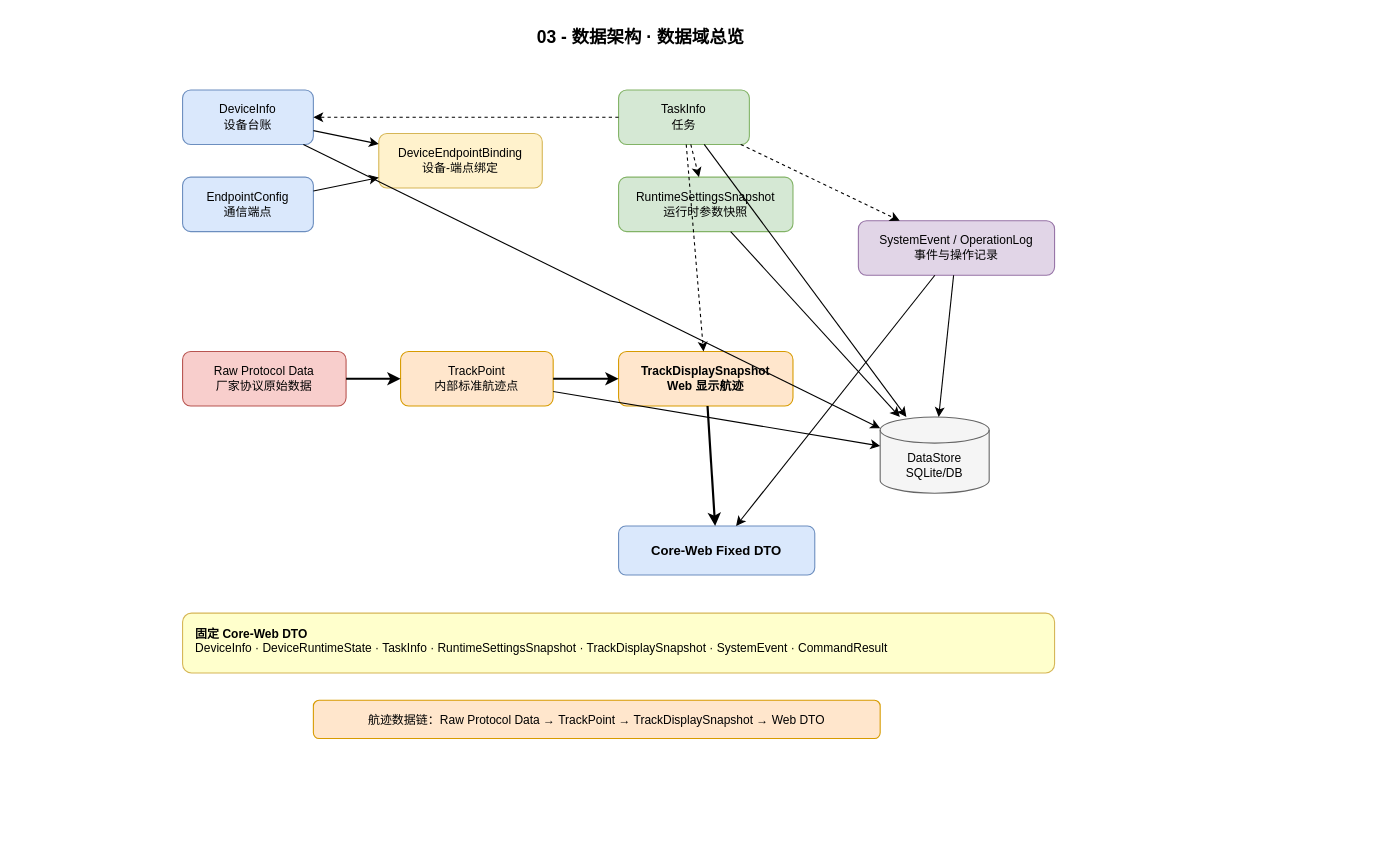
Above: doc/architecture/03-数据架构.drawio in YoungL524/newAnti_arch (draw.io), before the change. Source tidied: cells renumbered, new cells numbered last; positions are measured from the earlier drawing's top-left corner, leaving out a move shared by most shapes. Both pictures are drawn from the tidied source at 109%, with x=0, y=0 at pixel (182, 19).
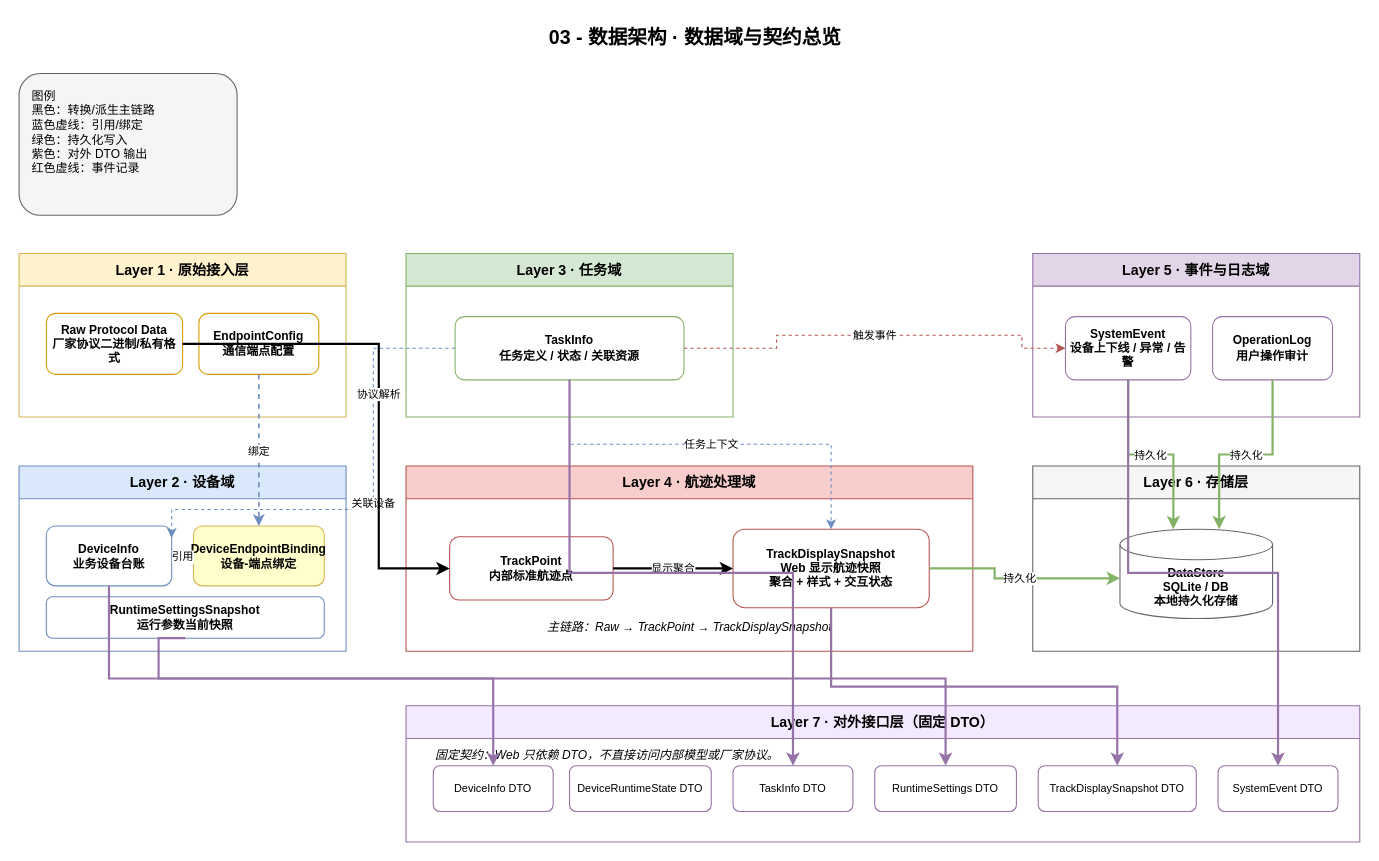
After the change.

The edit, as a diff of the source:
```diff
@@
-    <mxCell id="2" value="03 - 数据架构 · 数据域总览" style="text;html=1;strokeColor=none;fillColor=none;align=center;fontStyle=1;fontSize=16;" parent="1" vertex="1">
-      <mxGeometry x="240" width="360" height="30" as="geometry" />
+    <mxCell id="2" value="03 - 数据架构 · 数据域与契约总览" style="text;html=1;strokeColor=none;fillColor=none;align=center;fontStyle=1;fontSize=18;" parent="1" vertex="1">
+      <mxGeometry x="240" width="460" height="34" as="geometry" />
     </mxCell>
+    <mxCell id="31" value="图例&#10;黑色：转换/派生主链路&#10;蓝色虚线：引用/绑定&#10;绿色：持久化写入&#10;紫色：对外 DTO 输出&#10;红色虚线：事件记录" style="rounded=1;whiteSpace=wrap;html=1;fillColor=#f5f5f5;strokeColor=#666666;fontSize=11;align=left;spacingLeft=10;verticalAlign=top;spacingTop=8;" parent="1" vertex="1">
+      <mxGeometry x="-150" y="50" width="200" height="130" as="geometry" />
+    </mxCell>
+    <mxCell id="32" value="Layer 1 · 原始接入层" style="swimlane;startSize=30;rounded=0;whiteSpace=wrap;html=1;fillColor=#fff2cc;strokeColor=#d6b656;fontStyle=1;fontSize=13;" parent="1" vertex="1">
+      <mxGeometry x="-150" y="215" width="300" height="150" as="geometry" />
+    </mxCell>
+    <mxCell id="33" value="Raw Protocol Data&#10;厂家协议二进制/私有格式" style="rounded=1;whiteSpace=wrap;html=1;fillColor=#ffffff;strokeColor=#d79b00;fontSize=11;fontStyle=1;" parent="32" vertex="1">
+      <mxGeometry x="25" y="55" width="125" height="56" as="geometry" />
+    </mxCell>
+    <mxCell id="4" value="EndpointConfig&#10;通信端点配置" style="rounded=1;whiteSpace=wrap;html=1;fillColor=#ffffff;strokeColor=#d79b00;fontSize=11;fontStyle=1;" parent="32" vertex="1">
+      <mxGeometry x="165" y="55" width="110" height="56" as="geometry" />
+    </mxCell>
+    <mxCell id="34" value="Layer 2 · 设备域" style="swimlane;startSize=30;rounded=0;whiteSpace=wrap;html=1;fillColor=#dae8fc;strokeColor=#6c8ebf;fontStyle=1;fontSize=13;" parent="1" vertex="1">
+      <mxGeometry x="-150" y="410" width="300" height="170" as="geometry" />
+    </mxCell>
-    <mxCell id="3" value="DeviceInfo&#10;设备台账" style="rounded=1;whiteSpace=wrap;html=1;fillColor=#dae8fc;strokeColor=#6c8ebf;fontSize=11;" parent="1" vertex="1">
-      <mxGeometry y="65" width="120" height="50" as="geometry" />
+    <mxCell id="3" value="DeviceInfo&#10;业务设备台账" style="rounded=1;whiteSpace=wrap;html=1;fillColor=#ffffff;strokeColor=#6c8ebf;fontSize=11;fontStyle=1;" parent="34" vertex="1">
+      <mxGeometry x="25" y="55" width="115" height="55" as="geometry" />
     </mxCell>
-    <mxCell id="4" value="EndpointConfig&#10;通信端点" style="rounded=1;whiteSpace=wrap;html=1;fillColor=#dae8fc;strokeColor=#6c8ebf;fontSize=11;" parent="1" vertex="1">
-      <mxGeometry y="145" width="120" height="50" as="geometry" />
-    </mxCell>
-    <mxCell id="5" value="DeviceEndpointBinding&#10;设备-端点绑定" style="rounded=1;whiteSpace=wrap;html=1;fillColor=#fff2cc;strokeColor=#d6b656;fontSize=11;" parent="1" vertex="1">
-      <mxGeometry x="180" y="105" width="150" height="50" as="geometry" />
+    <mxCell id="5" value="DeviceEndpointBinding&#10;设备-端点绑定" style="rounded=1;whiteSpace=wrap;html=1;fillColor=#ffffcc;strokeColor=#d6b656;fontSize=11;fontStyle=1;" parent="34" vertex="1">
+      <mxGeometry x="160" y="55" width="120" height="55" as="geometry" />
     </mxCell>
+    <mxCell id="7" value="RuntimeSettingsSnapshot&#10;运行参数当前快照" style="rounded=1;whiteSpace=wrap;html=1;fillColor=#ffffff;strokeColor=#6c8ebf;fontSize=11;fontStyle=1;" parent="34" vertex="1">
+      <mxGeometry x="25" y="120" width="255" height="38" as="geometry" />
+    </mxCell>
+    <mxCell id="35" value="Layer 3 · 任务域" style="swimlane;startSize=30;rounded=0;whiteSpace=wrap;html=1;fillColor=#d5e8d4;strokeColor=#82b366;fontStyle=1;fontSize=13;" parent="1" vertex="1">
+      <mxGeometry x="205" y="215" width="300" height="150" as="geometry" />
+    </mxCell>
-    <mxCell id="6" value="TaskInfo&#10;任务" style="rounded=1;whiteSpace=wrap;html=1;fillColor=#d5e8d4;strokeColor=#82b366;fontSize=11;" parent="1" vertex="1">
-      <mxGeometry x="400" y="65" width="120" height="50" as="geometry" />
+    <mxCell id="6" value="TaskInfo&#10;任务定义 / 状态 / 关联资源" style="rounded=1;whiteSpace=wrap;html=1;fillColor=#ffffff;strokeColor=#82b366;fontSize=11;fontStyle=1;" parent="35" vertex="1">
+      <mxGeometry x="45" y="58" width="210" height="58" as="geometry" />
     </mxCell>
-    <mxCell id="7" value="RuntimeSettingsSnapshot&#10;运行时参数快照" style="rounded=1;whiteSpace=wrap;html=1;fillColor=#d5e8d4;strokeColor=#82b366;fontSize=11;" parent="1" vertex="1">
-      <mxGeometry x="400" y="145" width="160" height="50" as="geometry" />
-    </mxCell>
-    <mxCell id="8" value="Raw Protocol Data&#10;厂家协议原始数据" style="rounded=1;whiteSpace=wrap;html=1;fillColor=#f8cecc;strokeColor=#b85450;fontSize=11;" parent="1" vertex="1">
-      <mxGeometry y="305" width="150" height="50" as="geometry" />
-    </mxCell>
+    <mxCell id="36" value="Layer 4 · 航迹处理域" style="swimlane;startSize=30;rounded=0;whiteSpace=wrap;html=1;fillColor=#f8cecc;strokeColor=#b85450;fontStyle=1;fontSize=13;" parent="1" vertex="1">
+      <mxGeometry x="205" y="410" width="520" height="170" as="geometry" />
+    </mxCell>
-    <mxCell id="9" value="TrackPoint&#10;内部标准航迹点" style="rounded=1;whiteSpace=wrap;html=1;fillColor=#ffe6cc;strokeColor=#d79b00;fontSize=11;" parent="1" vertex="1">
-      <mxGeometry x="200" y="305" width="140" height="50" as="geometry" />
+    <mxCell id="9" value="TrackPoint&#10;内部标准航迹点" style="rounded=1;whiteSpace=wrap;html=1;fillColor=#ffffff;strokeColor=#b85450;fontSize=11;fontStyle=1;" parent="36" vertex="1">
+      <mxGeometry x="40" y="65" width="150" height="58" as="geometry" />
     </mxCell>
-    <mxCell id="10" value="TrackDisplaySnapshot&#10;Web 显示航迹" style="rounded=1;whiteSpace=wrap;html=1;fillColor=#ffe6cc;strokeColor=#d79b00;fontStyle=1;fontSize=11;" parent="1" vertex="1">
-      <mxGeometry x="400" y="305" width="160" height="50" as="geometry" />
-    </mxCell>
-    <mxCell id="11" value="SystemEvent / OperationLog&#10;事件与操作记录" style="rounded=1;whiteSpace=wrap;html=1;fillColor=#e1d5e7;strokeColor=#9673a6;fontSize=11;" parent="1" vertex="1">
-      <mxGeometry x="620" y="185" width="180" height="50" as="geometry" />
-    </mxCell>
+    <mxCell id="37" value="TrackDisplaySnapshot&#10;Web 显示航迹快照&#10;聚合 + 样式 + 交互状态" style="rounded=1;whiteSpace=wrap;html=1;fillColor=#ffffff;strokeColor=#b85450;fontSize=11;fontStyle=1;" parent="36" vertex="1">
+      <mxGeometry x="300" y="58" width="180" height="72" as="geometry" />
+    </mxCell>
+    <mxCell id="38" value="主链路：Raw → TrackPoint → TrackDisplaySnapshot" style="text;html=1;strokeColor=none;fillColor=none;fontSize=11;fontStyle=2;align=center;" parent="36" vertex="1">
+      <mxGeometry x="90" y="135" width="340" height="24" as="geometry" />
+    </mxCell>
+    <mxCell id="39" value="Layer 5 · 事件与日志域" style="swimlane;startSize=30;rounded=0;whiteSpace=wrap;html=1;fillColor=#e1d5e7;strokeColor=#9673a6;fontStyle=1;fontSize=13;" parent="1" vertex="1">
+      <mxGeometry x="780" y="215" width="300" height="150" as="geometry" />
+    </mxCell>
+    <mxCell id="40" value="SystemEvent&#10;设备上下线 / 异常 / 告警" style="rounded=1;whiteSpace=wrap;html=1;fillColor=#ffffff;strokeColor=#9673a6;fontSize=11;fontStyle=1;" parent="39" vertex="1">
+      <mxGeometry x="30" y="58" width="115" height="58" as="geometry" />
+    </mxCell>
+    <mxCell id="41" value="OperationLog&#10;用户操作审计" style="rounded=1;whiteSpace=wrap;html=1;fillColor=#ffffff;strokeColor=#9673a6;fontSize=11;fontStyle=1;" parent="39" vertex="1">
+      <mxGeometry x="165" y="58" width="110" height="58" as="geometry" />
+    </mxCell>
+    <mxCell id="42" value="Layer 6 · 存储层" style="swimlane;startSize=30;rounded=0;whiteSpace=wrap;html=1;fillColor=#f5f5f5;strokeColor=#666666;fontStyle=1;fontSize=13;" parent="1" vertex="1">
+      <mxGeometry x="780" y="410" width="300" height="170" as="geometry" />
+    </mxCell>
-    <mxCell id="12" value="DataStore&#10;SQLite/DB" style="shape=cylinder3;whiteSpace=wrap;html=1;boundedLbl=1;backgroundOutline=1;size=12;fillColor=#f5f5f5;strokeColor=#666666;fontSize=11;" parent="1" vertex="1">
-      <mxGeometry x="640" y="365" width="100" height="70" as="geometry" />
+    <mxCell id="12" value="DataStore&#10;SQLite / DB&#10;本地持久化存储" style="shape=cylinder3;whiteSpace=wrap;html=1;boundedLbl=1;backgroundOutline=1;size=14;fillColor=#ffffff;strokeColor=#666666;fontSize=11;fontStyle=1;" parent="42" vertex="1">
+      <mxGeometry x="80" y="58" width="140" height="82" as="geometry" />
     </mxCell>
-    <mxCell id="13" value="Core-Web Fixed DTO" style="rounded=1;whiteSpace=wrap;html=1;fillColor=#dae8fc;strokeColor=#6c8ebf;fontStyle=1;fontSize=12;" parent="1" vertex="1">
-      <mxGeometry x="400" y="465" width="180" height="45" as="geometry" />
-    </mxCell>
+    <mxCell id="43" value="Layer 7 · 对外接口层（固定 DTO）" style="swimlane;startSize=30;rounded=0;whiteSpace=wrap;html=1;fillColor=#f4eaff;strokeColor=#9673a6;fontStyle=1;fontSize=13;" parent="1" vertex="1">
+      <mxGeometry x="205" y="630" width="875" height="125" as="geometry" />
+    </mxCell>
+    <mxCell id="44" value="DeviceInfo DTO" style="rounded=1;whiteSpace=wrap;html=1;fillColor=#ffffff;strokeColor=#9673a6;fontSize=10;" parent="43" vertex="1">
+      <mxGeometry x="25" y="55" width="110" height="42" as="geometry" />
+    </mxCell>
+    <mxCell id="45" value="DeviceRuntimeState DTO" style="rounded=1;whiteSpace=wrap;html=1;fillColor=#ffffff;strokeColor=#9673a6;fontSize=10;" parent="43" vertex="1">
+      <mxGeometry x="150" y="55" width="130" height="42" as="geometry" />
+    </mxCell>
+    <mxCell id="46" value="TaskInfo DTO" style="rounded=1;whiteSpace=wrap;html=1;fillColor=#ffffff;strokeColor=#9673a6;fontSize=10;" parent="43" vertex="1">
+      <mxGeometry x="300" y="55" width="110" height="42" as="geometry" />
+    </mxCell>
+    <mxCell id="47" value="RuntimeSettings DTO" style="rounded=1;whiteSpace=wrap;html=1;fillColor=#ffffff;strokeColor=#9673a6;fontSize=10;" parent="43" vertex="1">
+      <mxGeometry x="430" y="55" width="130" height="42" as="geometry" />
+    </mxCell>
+    <mxCell id="48" value="TrackDisplaySnapshot DTO" style="rounded=1;whiteSpace=wrap;html=1;fillColor=#ffffff;strokeColor=#9673a6;fontSize=10;" parent="43" vertex="1">
+      <mxGeometry x="580" y="55" width="145" height="42" as="geometry" />
+    </mxCell>
+    <mxCell id="49" value="SystemEvent DTO" style="rounded=1;whiteSpace=wrap;html=1;fillColor=#ffffff;strokeColor=#9673a6;fontSize=10;" parent="43" vertex="1">
+      <mxGeometry x="745" y="55" width="110" height="42" as="geometry" />
+    </mxCell>
+    <mxCell id="50" value="固定契约：Web 只依赖 DTO，不直接访问内部模型或厂家协议。" style="text;html=1;strokeColor=none;fillColor=none;fontSize=11;fontStyle=2;align=left;" parent="43" vertex="1">
+      <mxGeometry x="25" y="32" width="420" height="20" as="geometry" />
+    </mxCell>
+    <mxCell id="15" value="绑定" style="edgeStyle=orthogonalEdgeStyle;rounded=0;html=1;endArrow=classic;strokeColor=#6c8ebf;strokeWidth=1.5;dashed=1;fontSize=10;exitX=0.5;exitY=1;entryX=0.5;entryY=0;" parent="1" edge="1" source="4" target="5">
+      <mxGeometry relative="1" as="geometry">
+        <Array as="points">
+          <mxPoint x="70" y="385" />
+          <mxPoint x="70" y="410" />
+        </Array>
+      </mxGeometry>
+    </mxCell>
-    <mxCell id="14" style="endArrow=classic;html=1;" parent="1" edge="1" source="3" target="5">
+    <mxCell id="14" value="引用" style="edgeStyle=orthogonalEdgeStyle;rounded=0;html=1;endArrow=classic;strokeColor=#6c8ebf;strokeWidth=1.5;dashed=1;fontSize=10;exitX=1;exitY=0.5;entryX=0;entryY=0.5;" parent="1" edge="1" source="3" target="5">
       <mxGeometry relative="1" as="geometry" />
     </mxCell>
-    <mxCell id="15" style="endArrow=classic;html=1;" parent="1" edge="1" source="4" target="5">
-      <mxGeometry relative="1" as="geometry" />
-    </mxCell>
-    <mxCell id="16" style="endArrow=classic;html=1;dashed=1;" parent="1" edge="1" source="6" target="3">
-      <mxGeometry relative="1" as="geometry" />
+    <mxCell id="16" value="关联设备" style="edgeStyle=orthogonalEdgeStyle;rounded=0;html=1;endArrow=classic;strokeColor=#6c8ebf;fontSize=10;dashed=1;exitX=0;exitY=0.5;entryX=1;entryY=0.2;" parent="1" edge="1" source="6" target="3">
+      <mxGeometry relative="1" as="geometry">
+        <Array as="points">
+          <mxPoint x="175" y="302" />
+          <mxPoint x="175" y="450" />
+        </Array>
+      </mxGeometry>
     </mxCell>
-    <mxCell id="17" style="endArrow=classic;html=1;dashed=1;" parent="1" edge="1" source="6" target="7">
-      <mxGeometry relative="1" as="geometry" />
-    </mxCell>
-    <mxCell id="18" style="endArrow=classic;html=1;dashed=1;" parent="1" edge="1" source="6" target="10">
-      <mxGeometry relative="1" as="geometry" />
-    </mxCell>
-    <mxCell id="19" style="endArrow=classic;html=1;dashed=1;" parent="1" edge="1" source="6" target="11">
-      <mxGeometry relative="1" as="geometry" />
-    </mxCell>
-    <mxCell id="20" style="endArrow=classic;html=1;strokeWidth=2;" parent="1" edge="1" source="8" target="9">
-      <mxGeometry relative="1" as="geometry" />
-    </mxCell>
-    <mxCell id="21" style="endArrow=classic;html=1;strokeWidth=2;" parent="1" edge="1" source="9" target="10">
-      <mxGeometry relative="1" as="geometry" />
-    </mxCell>
-    <mxCell id="22" style="endArrow=classic;html=1;strokeWidth=2;" parent="1" edge="1" source="10" target="13">
-      <mxGeometry relative="1" as="geometry" />
-    </mxCell>
-    <mxCell id="23" style="endArrow=classic;html=1;" parent="1" edge="1" source="3" target="12">
-      <mxGeometry relative="1" as="geometry" />
-    </mxCell>
-    <mxCell id="24" style="endArrow=classic;html=1;" parent="1" edge="1" source="6" target="12">
-      <mxGeometry relative="1" as="geometry" />
-    </mxCell>
-    <mxCell id="25" style="endArrow=classic;html=1;" parent="1" edge="1" source="7" target="12">
-      <mxGeometry relative="1" as="geometry" />
-    </mxCell>
-    <mxCell id="26" style="endArrow=classic;html=1;" parent="1" edge="1" source="9" target="12">
-      <mxGeometry relative="1" as="geometry" />
-    </mxCell>
-    <mxCell id="27" style="endArrow=classic;html=1;" parent="1" edge="1" source="11" target="12">
-      <mxGeometry relative="1" as="geometry" />
-    </mxCell>
-    <mxCell id="28" style="endArrow=classic;html=1;" parent="1" edge="1" source="11" target="13">
-      <mxGeometry relative="1" as="geometry" />
-    </mxCell>
-    <mxCell id="29" value="&lt;b&gt;固定 Core-Web DTO&lt;/b&gt;&lt;br&gt;DeviceInfo · DeviceRuntimeState · TaskInfo · RuntimeSettingsSnapshot · TrackDisplaySnapshot · SystemEvent · CommandResult" style="rounded=1;whiteSpace=wrap;html=1;fillColor=#ffffcc;strokeColor=#d6b656;fontSize=11;align=left;spacingLeft=10;verticalAlign=top;spacingTop=6;" parent="1" vertex="1">
-      <mxGeometry y="545" width="800" height="55" as="geometry" />
-    </mxCell>
-    <mxCell id="30" value="航迹数据链：Raw Protocol Data → TrackPoint → TrackDisplaySnapshot → Web DTO" style="rounded=1;whiteSpace=wrap;html=1;fillColor=#ffe6cc;strokeColor=#d79b00;fontSize=11;" parent="1" vertex="1">
-      <mxGeometry x="120" y="625" width="520" height="35" as="geometry" />
-    </mxCell>
+    <mxCell id="51" value="任务上下文" style="edgeStyle=orthogonalEdgeStyle;rounded=0;html=1;endArrow=classic;strokeColor=#6c8ebf;fontSize=10;dashed=1;exitX=0.5;exitY=1;entryX=0.5;entryY=0;" parent="1" edge="1" source="6" target="37">
+      <mxGeometry relative="1" as="geometry">
+        <Array as="points">
+          <mxPoint x="355" y="390" />
+          <mxPoint x="595" y="390" />
+        </Array>
+      </mxGeometry>
+    </mxCell>
+    <mxCell id="52" value="协议解析" style="edgeStyle=orthogonalEdgeStyle;rounded=0;html=1;endArrow=classic;strokeWidth=2;fontSize=10;exitX=1;exitY=0.5;entryX=0;entryY=0.5;" parent="1" edge="1" source="33" target="9">
+      <mxGeometry relative="1" as="geometry">
+        <Array as="points">
+          <mxPoint x="180" y="298" />
+          <mxPoint x="180" y="504" />
+        </Array>
+      </mxGeometry>
+    </mxCell>
+    <mxCell id="53" value="显示聚合" style="edgeStyle=orthogonalEdgeStyle;rounded=0;html=1;endArrow=classic;strokeWidth=2;fontSize=10;exitX=1;exitY=0.5;entryX=0;entryY=0.5;" parent="1" edge="1" source="9" target="37">
+      <mxGeometry relative="1" as="geometry" />
+    </mxCell>
+    <mxCell id="54" value="触发事件" style="edgeStyle=orthogonalEdgeStyle;rounded=0;html=1;endArrow=classic;dashed=1;strokeColor=#b85450;fontSize=10;exitX=1;exitY=0.5;entryX=0;entryY=0.5;" parent="1" edge="1" source="6" target="40">
+      <mxGeometry relative="1" as="geometry">
+        <Array as="points">
+          <mxPoint x="545" y="302" />
+          <mxPoint x="545" y="290" />
+          <mxPoint x="770" y="290" />
+        </Array>
+      </mxGeometry>
+    </mxCell>
+    <mxCell id="55" value="持久化" style="edgeStyle=orthogonalEdgeStyle;rounded=0;html=1;endArrow=classic;strokeColor=#82b366;strokeWidth=2;fontSize=10;exitX=1;exitY=0.5;entryX=0;entryY=0.55;" parent="1" edge="1" source="37" target="12">
+      <mxGeometry relative="1" as="geometry">
+        <Array as="points">
+          <mxPoint x="745" y="504" />
+          <mxPoint x="745" y="513" />
+        </Array>
+      </mxGeometry>
+    </mxCell>
+    <mxCell id="56" value="持久化" style="edgeStyle=orthogonalEdgeStyle;rounded=0;html=1;endArrow=classic;strokeColor=#82b366;strokeWidth=2;fontSize=10;exitX=0.5;exitY=1;entryX=0.35;entryY=0;" parent="1" edge="1" source="40" target="12">
+      <mxGeometry relative="1" as="geometry" />
+    </mxCell>
+    <mxCell id="57" value="持久化" style="edgeStyle=orthogonalEdgeStyle;rounded=0;html=1;endArrow=classic;strokeColor=#82b366;strokeWidth=2;fontSize=10;exitX=0.5;exitY=1;entryX=0.65;entryY=0;" parent="1" edge="1" source="41" target="12">
+      <mxGeometry relative="1" as="geometry" />
+    </mxCell>
+    <mxCell id="58" style="edgeStyle=orthogonalEdgeStyle;rounded=0;html=1;endArrow=classic;strokeColor=#9673a6;strokeWidth=2;exitX=0.5;exitY=1;entryX=0.5;entryY=0;" parent="1" edge="1" source="3" target="44">
+      <mxGeometry relative="1" as="geometry">
+        <Array as="points">
+          <mxPoint x="-68" y="605" />
+          <mxPoint x="285" y="605" />
+        </Array>
+      </mxGeometry>
+    </mxCell>
+    <mxCell id="59" style="edgeStyle=orthogonalEdgeStyle;rounded=0;html=1;endArrow=classic;strokeColor=#9673a6;strokeWidth=2;exitX=0.5;exitY=1;entryX=0.5;entryY=0;" parent="1" edge="1" source="6" target="46">
+      <mxGeometry relative="1" as="geometry" />
+    </mxCell>
+    <mxCell id="60" style="edgeStyle=orthogonalEdgeStyle;rounded=0;html=1;endArrow=classic;strokeColor=#9673a6;strokeWidth=2;exitX=0.5;exitY=1;entryX=0.5;entryY=0;" parent="1" edge="1" source="7" target="47">
+      <mxGeometry relative="1" as="geometry">
+        <Array as="points">
+          <mxPoint x="-22" y="605" />
+          <mxPoint x="700" y="605" />
+        </Array>
+      </mxGeometry>
+    </mxCell>
+    <mxCell id="61" style="edgeStyle=orthogonalEdgeStyle;rounded=0;html=1;endArrow=classic;strokeColor=#9673a6;strokeWidth=2;exitX=0.5;exitY=1;entryX=0.5;entryY=0;" parent="1" edge="1" source="37" target="48">
+      <mxGeometry relative="1" as="geometry" />
+    </mxCell>
+    <mxCell id="62" style="edgeStyle=orthogonalEdgeStyle;rounded=0;html=1;endArrow=classic;strokeColor=#9673a6;strokeWidth=2;exitX=0.5;exitY=1;entryX=0.5;entryY=0;" parent="1" edge="1" source="40" target="49">
+      <mxGeometry relative="1" as="geometry" />
+    </mxCell>
```
